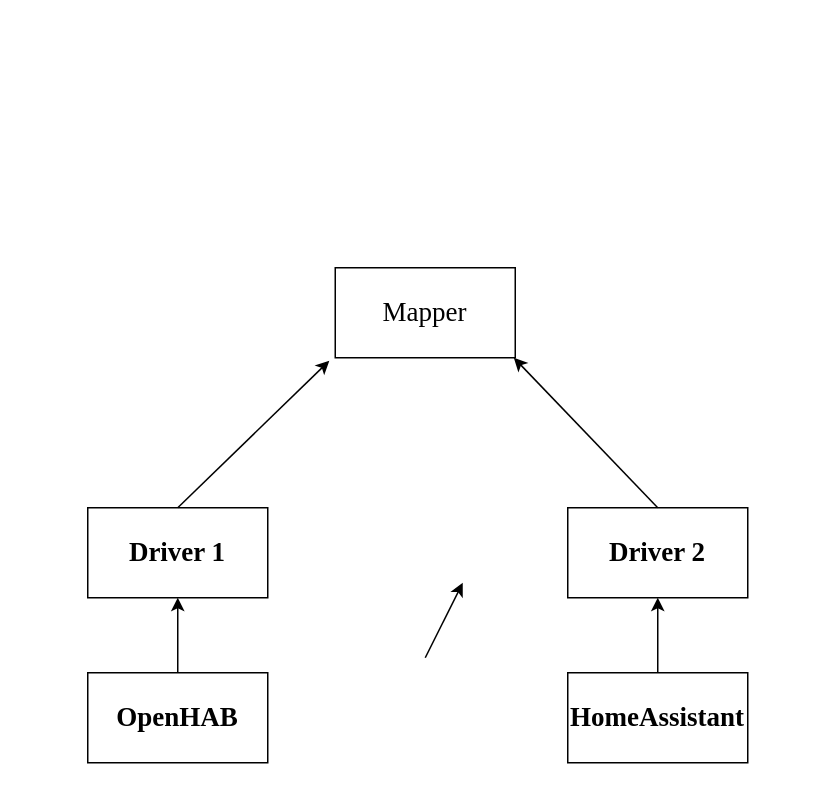
Above: report/thang_template/thesis/image/mapping_service.drawio in hamhochoi/DATN (draw.io), before the change. Source tidied: cells renumbered, new cells numbered last; positions are measured from the earlier drawing's top-left corner, leaving out a move shared by most shapes. Both pictures are drawn from the tidied source at 150%, with x=0, y=0 at pixel (87, 267).
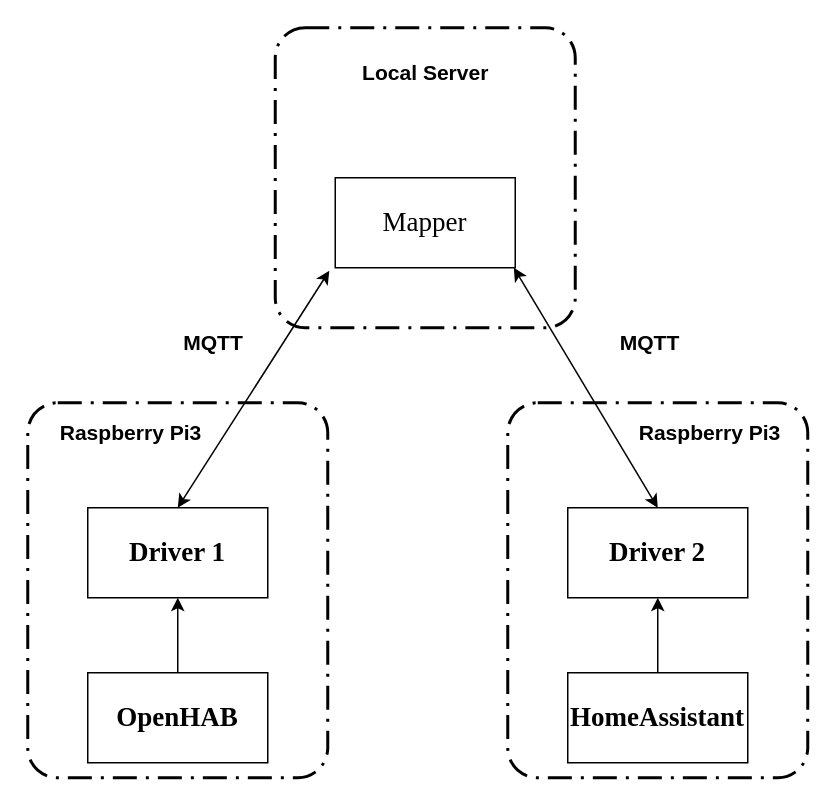
The same diagram, later.

Diff of the diagram source:
```diff
@@
 <mxGraphModel>
   <root>
     <mxCell id="0" />
     <mxCell id="1" parent="0" />
     <mxCell id="2" value="&lt;h4 style=&quot;font-size: 18px&quot;&gt;&lt;font style=&quot;font-size: 18px&quot; face=&quot;Times New Roman&quot;&gt;OpenHAB&lt;/font&gt;&lt;/h4&gt;" style="rounded=0;whiteSpace=wrap;html=1;" parent="1" vertex="1">
       <mxGeometry y="270" width="120" height="60" as="geometry" />
     </mxCell>
     <mxCell id="3" value="&lt;h4 style=&quot;font-size: 18px&quot;&gt;&lt;font face=&quot;Times New Roman&quot;&gt;HomeAssistant&lt;/font&gt;&lt;/h4&gt;" style="rounded=0;whiteSpace=wrap;html=1;" parent="1" vertex="1">
       <mxGeometry x="320" y="270" width="120" height="60" as="geometry" />
     </mxCell>
     <mxCell id="4" value="&lt;h4 style=&quot;font-size: 18px&quot;&gt;&lt;font style=&quot;font-size: 18px&quot; face=&quot;Times New Roman&quot;&gt;Driver 1&lt;/font&gt;&lt;/h4&gt;" style="rounded=0;whiteSpace=wrap;html=1;" parent="1" vertex="1">
       <mxGeometry y="160" width="120" height="60" as="geometry" />
     </mxCell>
     <mxCell id="5" value="&lt;h4 style=&quot;font-size: 18px&quot;&gt;&lt;font style=&quot;font-size: 18px&quot; face=&quot;Times New Roman&quot;&gt;Driver 2&lt;br&gt;&lt;/font&gt;&lt;/h4&gt;" style="rounded=0;whiteSpace=wrap;html=1;" parent="1" vertex="1">
       <mxGeometry x="320" y="160" width="120" height="60" as="geometry" />
     </mxCell>
     <mxCell id="6" style="endArrow=classic;html=1;entryX=0.5;entryY=1;entryDx=0;entryDy=0;exitX=0.5;exitY=0;exitDx=0;exitDy=0;" parent="1" edge="1" source="2" target="4">
       <mxGeometry relative="1" as="geometry" />
     </mxCell>
-    <mxCell id="7" style="endArrow=classic;html=1;exitX=0.5;exitY=0;exitDx=0;exitDy=0;entryX=0.5;entryY=1;entryDx=0;entryDy=0;" parent="1" edge="1">
-      <mxGeometry relative="1" as="geometry">
-        <mxPoint x="225" y="260" as="sourcePoint" />
-        <mxPoint x="250" y="210" as="targetPoint" />
-      </mxGeometry>
-    </mxCell>
     <mxCell id="8" style="endArrow=classic;html=1;entryX=0.5;entryY=1;entryDx=0;entryDy=0;" parent="1" edge="1" target="5">
       <mxGeometry relative="1" as="geometry">
         <mxPoint x="380" y="270" as="sourcePoint" />
       </mxGeometry>
     </mxCell>
     <mxCell id="9" value="&lt;font style=&quot;font-size: 18px&quot; face=&quot;Times New Roman&quot;&gt;Mapper&lt;/font&gt;" style="rounded=0;whiteSpace=wrap;html=1;" parent="1" vertex="1">
-      <mxGeometry x="165" width="120" height="60" as="geometry" />
+      <mxGeometry x="165" y="-60" width="120" height="60" as="geometry" />
     </mxCell>
-    <mxCell id="10" style="endArrow=classic;html=1;entryX=-0.033;entryY=1.033;entryDx=0;entryDy=0;entryPerimeter=0;exitX=0.5;exitY=0;exitDx=0;exitDy=0;" parent="1" edge="1" source="4" target="9">
+    <mxCell id="10" style="endArrow=classic;html=1;entryX=-0.033;entryY=1.033;entryDx=0;entryDy=0;entryPerimeter=0;exitX=0.5;exitY=0;exitDx=0;exitDy=0;startArrow=classic;startFill=1;" parent="1" edge="1" source="4" target="9">
       <mxGeometry relative="1" as="geometry" />
     </mxCell>
-    <mxCell id="11" style="endArrow=classic;html=1;entryX=0.992;entryY=1;entryDx=0;entryDy=0;entryPerimeter=0;exitX=0.5;exitY=0;exitDx=0;exitDy=0;" parent="1" edge="1" source="5" target="9">
+    <mxCell id="11" style="endArrow=classic;html=1;entryX=0.992;entryY=1;entryDx=0;entryDy=0;entryPerimeter=0;exitX=0.5;exitY=0;exitDx=0;exitDy=0;startArrow=classic;startFill=1;" parent="1" edge="1" source="5" target="9">
       <mxGeometry relative="1" as="geometry" />
     </mxCell>
+    <mxCell id="12" style="rounded=1;arcSize=10;dashed=1;strokeColor=#000000;fillColor=none;gradientColor=none;dashPattern=8 3 1 3;strokeWidth=2;shadow=0;" parent="1" vertex="1">
+      <mxGeometry x="280" y="90" width="200" height="250" as="geometry" />
+    </mxCell>
+    <mxCell id="13" style="rounded=1;arcSize=10;dashed=1;strokeColor=#000000;fillColor=none;gradientColor=none;dashPattern=8 3 1 3;strokeWidth=2;shadow=0;" parent="1" vertex="1">
+      <mxGeometry x="-40" y="90" width="200" height="250" as="geometry" />
+    </mxCell>
+    <mxCell id="14" value="&lt;h3&gt;Raspberry Pi3&lt;/h3&gt;" style="text;html=1;strokeColor=none;fillColor=none;align=center;verticalAlign=middle;whiteSpace=wrap;rounded=0;shadow=0;" parent="1" vertex="1">
+      <mxGeometry x="-26" y="100" width="110" height="20" as="geometry" />
+    </mxCell>
+    <mxCell id="15" value="&lt;h3&gt;Raspberry Pi3&lt;/h3&gt;" style="text;html=1;strokeColor=none;fillColor=none;align=center;verticalAlign=middle;whiteSpace=wrap;rounded=0;shadow=0;" parent="1" vertex="1">
+      <mxGeometry x="360" y="100" width="110" height="20" as="geometry" />
+    </mxCell>
+    <mxCell id="16" style="rounded=1;arcSize=10;dashed=1;strokeColor=#000000;fillColor=none;gradientColor=none;dashPattern=8 3 1 3;strokeWidth=2;shadow=0;" parent="1" vertex="1">
+      <mxGeometry x="125" y="-160" width="200" height="200" as="geometry" />
+    </mxCell>
+    <mxCell id="17" value="&lt;h3&gt;Local Server&lt;/h3&gt;" style="text;html=1;strokeColor=none;fillColor=none;align=center;verticalAlign=middle;whiteSpace=wrap;rounded=0;shadow=0;" parent="1" vertex="1">
+      <mxGeometry x="177.5" y="-140" width="95" height="20" as="geometry" />
+    </mxCell>
+    <mxCell id="18" value="&lt;h3&gt;MQTT&lt;/h3&gt;" style="text;html=1;strokeColor=none;fillColor=none;align=center;verticalAlign=middle;whiteSpace=wrap;rounded=0;shadow=0;" parent="1" vertex="1">
+      <mxGeometry x="355" y="40" width="40" height="20" as="geometry" />
+    </mxCell>
+    <mxCell id="19" value="&lt;h3&gt;MQTT&lt;/h3&gt;" style="text;html=1;strokeColor=none;fillColor=none;align=center;verticalAlign=middle;whiteSpace=wrap;rounded=0;shadow=0;" parent="1" vertex="1">
+      <mxGeometry x="64" y="40" width="40" height="20" as="geometry" />
+    </mxCell>
   </root>
 </mxGraphModel>
```
